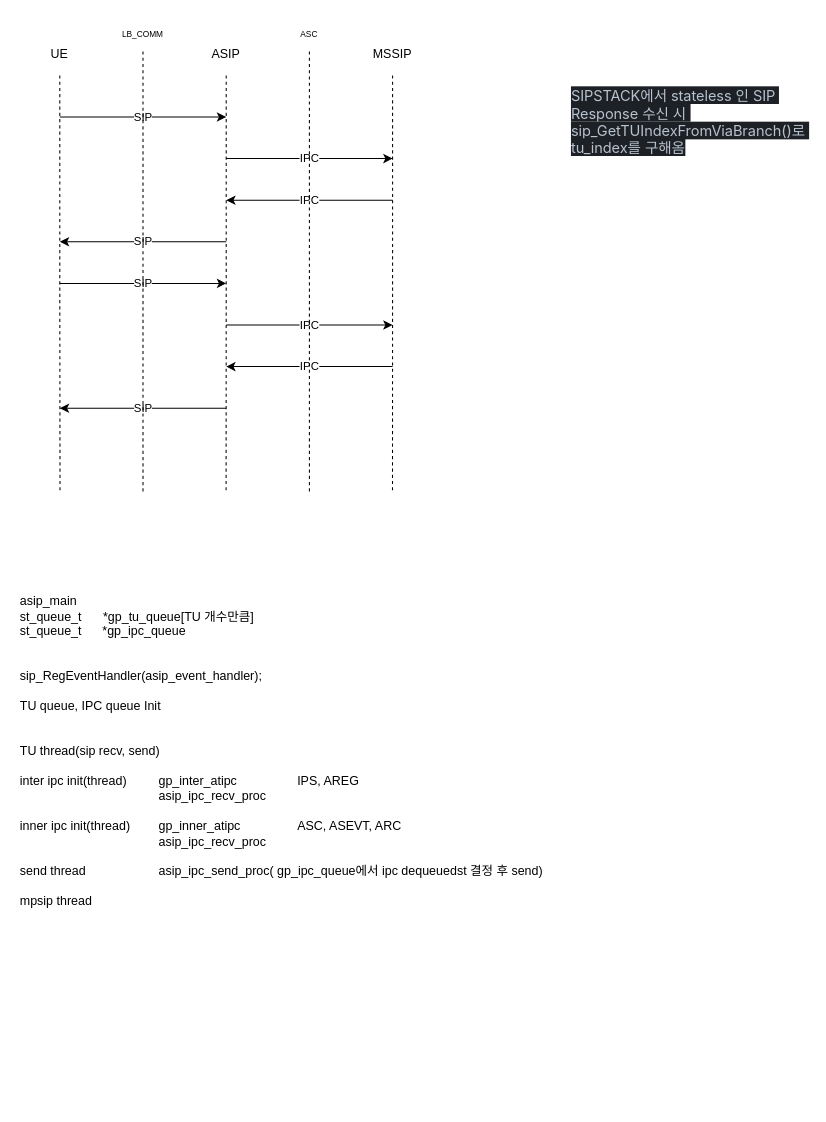
JaeHyeon774/NEWTIL keeps this draw.io diagram as ATIPC.drawio. Above is the earlier version. Source tidied: cells renumbered, new cells numbered last; positions are measured from the earlier drawing's top-left corner, leaving out a move shared by most shapes. Both pictures are drawn from the tidied source at 104%, with x=0, y=0 at pixel (18, 18).
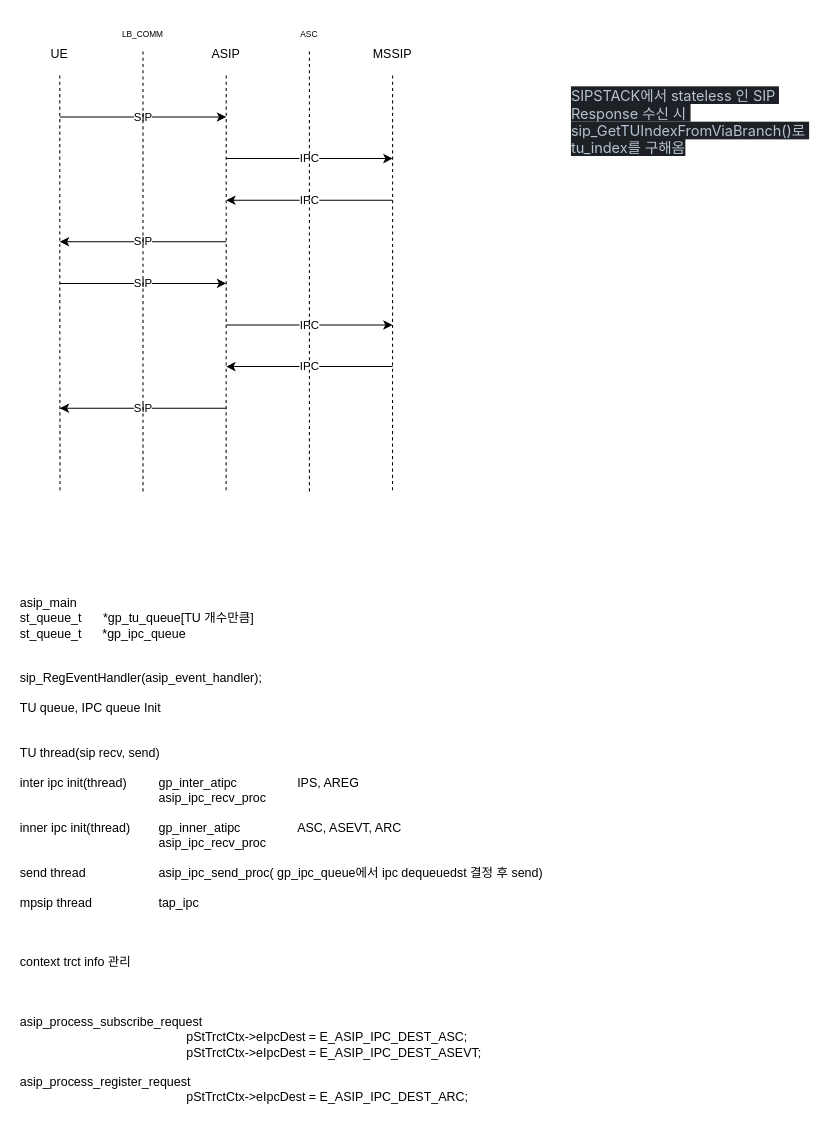
Above is the later version.

What changed in the source:
```diff
@@
-    <mxCell id="21" value="asip_main&lt;div&gt;st_queue_t&amp;nbsp;&lt;span style=&quot;white-space: pre;&quot;&gt;&#9;&lt;/span&gt;*gp_tu_queue[TU 개수만큼]&lt;/div&gt;&lt;div&gt;st_queue_t&amp;nbsp; &amp;nbsp; &amp;nbsp; *gp_ipc_queue&lt;br&gt;&lt;/div&gt;&lt;div&gt;&lt;br&gt;&lt;/div&gt;&lt;div&gt;&lt;br&gt;&lt;/div&gt;&lt;div&gt;sip_RegEventHandler(asip_event_handler);&lt;/div&gt;&lt;div&gt;&lt;br&gt;&lt;/div&gt;&lt;div&gt;TU queue, IPC queue Init&lt;/div&gt;&lt;div&gt;&lt;br&gt;&lt;/div&gt;&lt;div&gt;&lt;br&gt;&lt;/div&gt;&lt;div&gt;TU thread(sip recv, send)&lt;/div&gt;&lt;div&gt;&lt;br&gt;&lt;/div&gt;&lt;div&gt;inter ipc init(thread)&lt;span style=&quot;white-space: pre;&quot;&gt;&#9;&lt;/span&gt;&lt;span style=&quot;white-space: pre;&quot;&gt;&#9;&lt;/span&gt;&lt;span style=&quot;background-color: initial;&quot;&gt;gp_inter_atipc&lt;span style=&quot;white-space: pre;&quot;&gt;&#9;&lt;/span&gt;&lt;span style=&quot;white-space: pre;&quot;&gt;&#9;&lt;/span&gt;&lt;span style=&quot;white-space: pre;&quot;&gt;&#9;&lt;/span&gt;IPS, AREG&lt;/span&gt;&lt;/div&gt;&lt;div&gt;&lt;span style=&quot;white-space: pre;&quot;&gt;&#9;&lt;/span&gt;&lt;span style=&quot;white-space: pre;&quot;&gt;&#9;&lt;/span&gt;&lt;span style=&quot;white-space: pre;&quot;&gt;&#9;&lt;/span&gt;&lt;span style=&quot;white-space: pre;&quot;&gt;&#9;&lt;/span&gt;&lt;span style=&quot;white-space: pre;&quot;&gt;&#9;&lt;/span&gt;asip_ipc_recv_proc&lt;br&gt;&lt;/div&gt;&lt;div&gt;&lt;br&gt;&lt;/div&gt;&lt;div&gt;inner ipc init(thread)&lt;span style=&quot;white-space: pre;&quot;&gt;&#9;&lt;/span&gt;&lt;span style=&quot;background-color: initial;&quot;&gt;gp_inner_atipc&lt;span style=&quot;white-space: pre;&quot;&gt;&lt;span style=&quot;white-space: pre;&quot;&gt;&#9;&lt;/span&gt;&#9;&lt;/span&gt;ASC, ASEVT, ARC&lt;/span&gt;&lt;/div&gt;&lt;div&gt;&lt;span style=&quot;background-color: initial;&quot;&gt;&lt;span style=&quot;white-space: pre;&quot;&gt;&#9;&lt;/span&gt;&lt;span style=&quot;white-space: pre;&quot;&gt;&#9;&lt;/span&gt;&lt;span style=&quot;white-space: pre;&quot;&gt;&#9;&lt;/span&gt;&lt;span style=&quot;white-space: pre;&quot;&gt;&#9;&lt;/span&gt;&lt;span style=&quot;white-space: pre;&quot;&gt;&#9;&lt;/span&gt;&lt;/span&gt;&lt;span style=&quot;background-color: initial;&quot;&gt;asip_ipc_recv_proc&lt;/span&gt;&lt;/div&gt;&lt;div&gt;&lt;span style=&quot;background-color: initial;&quot;&gt;&lt;br&gt;&lt;/span&gt;&lt;/div&gt;&lt;div&gt;send thread&lt;span style=&quot;white-space: pre;&quot;&gt;&#9;&lt;/span&gt;&lt;span style=&quot;white-space: pre;&quot;&gt;&#9;&lt;/span&gt;&lt;span style=&quot;white-space: pre;&quot;&gt;&#9;&lt;/span&gt;asip_ipc_send_proc( gp_ipc_queue에서 ipc dequeuedst 결정 후 send)&lt;/div&gt;&lt;div&gt;&lt;br&gt;&lt;/div&gt;&lt;div&gt;mpsip thread&lt;/div&gt;" style="text;html=1;align=left;verticalAlign=middle;whiteSpace=wrap;rounded=0;" parent="1" vertex="1">
-      <mxGeometry y="560" width="740" height="290" as="geometry" />
+    <mxCell id="21" value="asip_main&lt;div&gt;st_queue_t&amp;nbsp;&lt;span style=&quot;white-space: pre;&quot;&gt;&#9;&lt;/span&gt;*gp_tu_queue[TU 개수만큼]&lt;/div&gt;&lt;div&gt;st_queue_t&amp;nbsp; &amp;nbsp; &amp;nbsp; *gp_ipc_queue&lt;br&gt;&lt;/div&gt;&lt;div&gt;&lt;br&gt;&lt;/div&gt;&lt;div&gt;&lt;br&gt;&lt;/div&gt;&lt;div&gt;sip_RegEventHandler(asip_event_handler);&lt;/div&gt;&lt;div&gt;&lt;br&gt;&lt;/div&gt;&lt;div&gt;TU queue, IPC queue Init&lt;/div&gt;&lt;div&gt;&lt;br&gt;&lt;/div&gt;&lt;div&gt;&lt;br&gt;&lt;/div&gt;&lt;div&gt;TU thread(sip recv, send)&lt;/div&gt;&lt;div&gt;&lt;br&gt;&lt;/div&gt;&lt;div&gt;inter ipc init(thread)&lt;span style=&quot;white-space: pre;&quot;&gt;&#9;&lt;/span&gt;&lt;span style=&quot;white-space: pre;&quot;&gt;&#9;&lt;/span&gt;&lt;span style=&quot;background-color: initial;&quot;&gt;gp_inter_atipc&lt;span style=&quot;white-space: pre;&quot;&gt;&#9;&lt;/span&gt;&lt;span style=&quot;white-space: pre;&quot;&gt;&#9;&lt;/span&gt;&lt;span style=&quot;white-space: pre;&quot;&gt;&#9;&lt;/span&gt;IPS, AREG&lt;/span&gt;&lt;/div&gt;&lt;div&gt;&lt;span style=&quot;white-space: pre;&quot;&gt;&#9;&lt;/span&gt;&lt;span style=&quot;white-space: pre;&quot;&gt;&#9;&lt;/span&gt;&lt;span style=&quot;white-space: pre;&quot;&gt;&#9;&lt;/span&gt;&lt;span style=&quot;white-space: pre;&quot;&gt;&#9;&lt;/span&gt;&lt;span style=&quot;white-space: pre;&quot;&gt;&#9;&lt;/span&gt;asip_ipc_recv_proc&lt;br&gt;&lt;/div&gt;&lt;div&gt;&lt;br&gt;&lt;/div&gt;&lt;div&gt;inner ipc init(thread)&lt;span style=&quot;white-space: pre;&quot;&gt;&#9;&lt;/span&gt;&lt;span style=&quot;background-color: initial;&quot;&gt;gp_inner_atipc&lt;span style=&quot;white-space: pre;&quot;&gt;&lt;span style=&quot;white-space: pre;&quot;&gt;&#9;&lt;/span&gt;&#9;&lt;/span&gt;ASC, ASEVT, ARC&lt;/span&gt;&lt;/div&gt;&lt;div&gt;&lt;span style=&quot;background-color: initial;&quot;&gt;&lt;span style=&quot;white-space: pre;&quot;&gt;&#9;&lt;/span&gt;&lt;span style=&quot;white-space: pre;&quot;&gt;&#9;&lt;/span&gt;&lt;span style=&quot;white-space: pre;&quot;&gt;&#9;&lt;/span&gt;&lt;span style=&quot;white-space: pre;&quot;&gt;&#9;&lt;/span&gt;&lt;span style=&quot;white-space: pre;&quot;&gt;&#9;&lt;/span&gt;&lt;/span&gt;&lt;span style=&quot;background-color: initial;&quot;&gt;asip_ipc_recv_proc&lt;/span&gt;&lt;/div&gt;&lt;div&gt;&lt;span style=&quot;background-color: initial;&quot;&gt;&lt;br&gt;&lt;/span&gt;&lt;/div&gt;&lt;div&gt;send thread&lt;span style=&quot;white-space: pre;&quot;&gt;&#9;&lt;/span&gt;&lt;span style=&quot;white-space: pre;&quot;&gt;&#9;&lt;/span&gt;&lt;span style=&quot;white-space: pre;&quot;&gt;&#9;&lt;/span&gt;asip_ipc_send_proc( gp_ipc_queue에서 ipc dequeuedst 결정 후 send)&lt;/div&gt;&lt;div&gt;&lt;br&gt;&lt;/div&gt;&lt;div&gt;mpsip thread&lt;span style=&quot;white-space: pre;&quot;&gt;&#9;&lt;/span&gt;&lt;span style=&quot;white-space: pre;&quot;&gt;&#9;&lt;/span&gt;&lt;span style=&quot;white-space: pre;&quot;&gt;&#9;&lt;/span&gt;tap_ipc&lt;/div&gt;&lt;div&gt;&lt;br&gt;&lt;/div&gt;&lt;div&gt;&lt;br&gt;&lt;/div&gt;&lt;div&gt;&lt;br&gt;&lt;/div&gt;&lt;div&gt;&lt;div&gt;context trct info 관리&lt;/div&gt;&lt;div&gt;&lt;br&gt;&lt;/div&gt;&lt;div&gt;&lt;br&gt;&lt;/div&gt;&lt;div&gt;&lt;br&gt;&lt;/div&gt;&lt;div&gt;asip_process_subscribe_request&lt;/div&gt;&lt;div&gt;&lt;span style=&quot;white-space: normal;&quot;&gt;&lt;span style=&quot;white-space:pre&quot;&gt;&#9;&#9;&#9;&#9;&#9;&#9;&lt;/span&gt;pStTrctCtx-&amp;gt;eIpcDest = E_ASIP_IPC_DEST_ASC;&lt;/span&gt;&lt;/div&gt;&lt;div&gt;&lt;span style=&quot;white-space: normal;&quot;&gt;&lt;span style=&quot;white-space:pre&quot;&gt;&#9;&#9;&#9;&#9;&#9;&#9;&lt;/span&gt;pStTrctCtx-&amp;gt;eIpcDest = E_ASIP_IPC_DEST_ASEVT;&lt;/span&gt;&lt;/div&gt;&lt;div&gt;&lt;br&gt;&lt;/div&gt;&lt;div&gt;asip_process_register_request&lt;/div&gt;&lt;div&gt;&lt;span style=&quot;white-space: normal;&quot;&gt;&lt;span style=&quot;white-space:pre&quot;&gt;&#9;&#9;&#9;&#9;&#9;&#9;&lt;/span&gt;pStTrctCtx-&amp;gt;eIpcDest = E_ASIP_IPC_DEST_ARC;&lt;/span&gt;&lt;/div&gt;&lt;/div&gt;" style="text;html=1;align=left;verticalAlign=middle;whiteSpace=wrap;rounded=0;" parent="1" vertex="1">
+      <mxGeometry y="555" width="740" height="490" as="geometry" />
     </mxCell>
```
